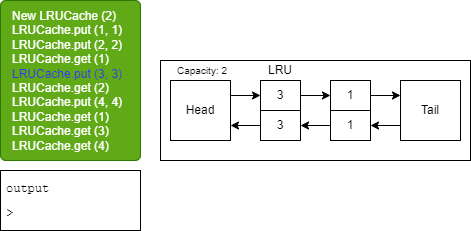
This is Final_Interview/slides/Slide6.png from bert799/CodingInterviews, a draw.io export, as it was before one commit. Source tidied: cells renumbered, new cells last; positions are measured from the earlier drawing's top-left corner, leaving out a move shared by most shapes. Its diagram source:
```xml
<mxGraphModel background="#ffffff">
  <root>
    <mxCell id="0" />
    <mxCell id="1" parent="0" />
    <mxCell id="2" value="&lt;span style=&quot;&quot;&gt;&#9;&lt;/span&gt;New LRUCache (2)&lt;br&gt;&lt;span style=&quot;&quot;&gt;&#9;&lt;/span&gt;LRUCache.put (1, 1)&lt;br&gt;&lt;span style=&quot;&quot;&gt;&#9;&lt;/span&gt;LRUCache.put (2, 2)&lt;br&gt;LRUCache.get (1)&lt;br&gt;&lt;font color=&quot;#3333ff&quot;&gt;LRUCache.put (3, 3)&lt;br&gt;&lt;/font&gt;LRUCache.get (2)&lt;br&gt;LRUCache.put (4, 4)&lt;br&gt;LRUCache.get (1)&lt;br&gt;LRUCache.get (3)&lt;br&gt;LRUCache.get (4)" style="rounded=1;whiteSpace=wrap;html=1;fillColor=#60a917;verticalAlign=top;align=left;arcSize=4;spacingTop=2;spacingLeft=10;spacingBottom=2;fontColor=#ffffff;strokeColor=#2D7600;" parent="1" vertex="1">
      <mxGeometry width="140" height="160" as="geometry" />
    </mxCell>
    <mxCell id="3" value="&lt;pre style=&quot;line-height: 0%;&quot;&gt;&lt;font color=&quot;#000000&quot;&gt;output&lt;/font&gt;&lt;/pre&gt;&lt;pre style=&quot;text-align: center; line-height: 0%;&quot;&gt;&lt;font color=&quot;#000000&quot;&gt;&lt;br&gt;&lt;/font&gt;&lt;/pre&gt;&lt;pre style=&quot;text-align: justify; line-height: 0%;&quot;&gt;&lt;font color=&quot;#000000&quot;&gt;&amp;gt; &lt;/font&gt;&lt;/pre&gt;" style="rounded=0;whiteSpace=wrap;html=1;verticalAlign=top;align=left;spacingLeft=4;fillColor=none;strokeColor=#000000;" parent="1" vertex="1">
      <mxGeometry y="170" width="140" height="60" as="geometry" />
    </mxCell>
    <mxCell id="4" style="rounded=0;whiteSpace=wrap;html=1;fontSize=12;fillColor=none;strokeColor=#000000;" parent="1" vertex="1">
      <mxGeometry x="160" y="60" width="310" height="100" as="geometry" />
    </mxCell>
    <mxCell id="5" value="&lt;font style=&quot;font-size: 10px;&quot;&gt;Capacity: 2&lt;/font&gt;" style="text;html=1;strokeColor=none;fillColor=none;align=center;verticalAlign=middle;whiteSpace=wrap;rounded=0;fontColor=#000000;" parent="1" vertex="1">
      <mxGeometry x="167" y="55" width="70" height="30" as="geometry" />
    </mxCell>
    <mxCell id="6" value="LRU" style="text;html=1;strokeColor=none;fillColor=none;align=center;verticalAlign=middle;whiteSpace=wrap;rounded=0;fontSize=12;fontColor=#000000;" parent="1" vertex="1">
      <mxGeometry x="255" y="60" width="50" height="20" as="geometry" />
    </mxCell>
    <mxCell id="7" style="edgeStyle=none;html=1;exitX=1;exitY=0.25;exitDx=0;exitDy=0;entryX=0;entryY=0.5;entryDx=0;entryDy=0;fontSize=12;fontColor=#000000;strokeColor=#000000;" parent="1" edge="1" source="8" target="12">
      <mxGeometry relative="1" as="geometry" />
    </mxCell>
    <mxCell id="8" value="&lt;font color=&quot;#000000&quot;&gt;Head&lt;/font&gt;" style="whiteSpace=wrap;html=1;rounded=0;strokeColor=#000000;fontSize=12;fillColor=none;" parent="1" vertex="1">
      <mxGeometry x="170" y="80" width="60" height="60" as="geometry" />
    </mxCell>
    <mxCell id="9" style="edgeStyle=none;html=1;exitX=0;exitY=0.75;exitDx=0;exitDy=0;entryX=1;entryY=0.5;entryDx=0;entryDy=0;strokeColor=#000000;fontSize=12;fontColor=#000000;" parent="1" edge="1" source="10" target="18">
      <mxGeometry relative="1" as="geometry" />
    </mxCell>
    <mxCell id="10" value="&lt;font color=&quot;#000000&quot;&gt;Tail&lt;/font&gt;" style="whiteSpace=wrap;html=1;rounded=0;strokeColor=#000000;fontSize=12;fillColor=none;" parent="1" vertex="1">
      <mxGeometry x="400" y="80" width="60" height="60" as="geometry" />
    </mxCell>
    <mxCell id="11" style="edgeStyle=none;html=1;exitX=1;exitY=0.5;exitDx=0;exitDy=0;entryX=0;entryY=0.5;entryDx=0;entryDy=0;strokeColor=#000000;fontSize=12;fontColor=#000000;" parent="1" edge="1" source="12" target="14">
      <mxGeometry relative="1" as="geometry" />
    </mxCell>
    <mxCell id="12" value="3" style="rounded=0;whiteSpace=wrap;html=1;strokeColor=#000000;fontSize=12;fontColor=#000000;fillColor=none;" parent="1" vertex="1">
      <mxGeometry x="260" y="80" width="40" height="30" as="geometry" />
    </mxCell>
    <mxCell id="13" style="edgeStyle=none;html=1;exitX=1;exitY=0.5;exitDx=0;exitDy=0;entryX=0;entryY=0.25;entryDx=0;entryDy=0;strokeColor=#000000;fontSize=12;fontColor=#000000;" parent="1" edge="1" source="14" target="10">
      <mxGeometry relative="1" as="geometry" />
    </mxCell>
    <mxCell id="14" value="1" style="rounded=0;whiteSpace=wrap;html=1;strokeColor=#000000;fontSize=12;fontColor=#000000;fillColor=none;" parent="1" vertex="1">
      <mxGeometry x="330" y="80" width="40" height="30" as="geometry" />
    </mxCell>
    <mxCell id="15" style="edgeStyle=none;html=1;exitX=0;exitY=0.5;exitDx=0;exitDy=0;entryX=1;entryY=0.75;entryDx=0;entryDy=0;strokeColor=#000000;fontSize=12;fontColor=#000000;" parent="1" edge="1" source="16" target="8">
      <mxGeometry relative="1" as="geometry" />
    </mxCell>
    <mxCell id="16" value="3" style="rounded=0;whiteSpace=wrap;html=1;strokeColor=#000000;fontSize=12;fontColor=#000000;fillColor=none;" parent="1" vertex="1">
      <mxGeometry x="260" y="110" width="40" height="30" as="geometry" />
    </mxCell>
    <mxCell id="17" style="edgeStyle=none;html=1;exitX=0;exitY=0.5;exitDx=0;exitDy=0;strokeColor=#000000;fontSize=12;fontColor=#000000;" parent="1" edge="1" source="18" target="16">
      <mxGeometry relative="1" as="geometry" />
    </mxCell>
    <mxCell id="18" value="1" style="rounded=0;whiteSpace=wrap;html=1;strokeColor=#000000;fontSize=12;fontColor=#000000;fillColor=none;" parent="1" vertex="1">
      <mxGeometry x="330" y="110" width="40" height="30" as="geometry" />
    </mxCell>
  </root>
</mxGraphModel>
```
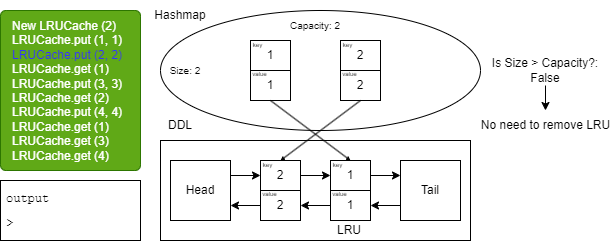
After the change.

What changed in the source:
```diff
@@ -2,56 +2,131 @@
   <root>
     <mxCell id="0" />
     <mxCell id="1" parent="0" />
-    <mxCell id="2" value="&lt;span style=&quot;&quot;&gt;&#9;&lt;/span&gt;New LRUCache (2)&lt;br&gt;&lt;span style=&quot;&quot;&gt;&#9;&lt;/span&gt;LRUCache.put (1, 1)&lt;br&gt;&lt;span style=&quot;&quot;&gt;&#9;&lt;/span&gt;LRUCache.put (2, 2)&lt;br&gt;LRUCache.get (1)&lt;br&gt;&lt;font color=&quot;#3333ff&quot;&gt;LRUCache.put (3, 3)&lt;br&gt;&lt;/font&gt;LRUCache.get (2)&lt;br&gt;LRUCache.put (4, 4)&lt;br&gt;LRUCache.get (1)&lt;br&gt;LRUCache.get (3)&lt;br&gt;LRUCache.get (4)" style="rounded=1;whiteSpace=wrap;html=1;fillColor=#60a917;verticalAlign=top;align=left;arcSize=4;spacingTop=2;spacingLeft=10;spacingBottom=2;fontColor=#ffffff;strokeColor=#2D7600;" parent="1" vertex="1">
+    <mxCell id="2" value="&lt;span style=&quot;&quot;&gt;&#9;&lt;/span&gt;New LRUCache (2)&lt;br&gt;&lt;span style=&quot;&quot;&gt;&#9;&lt;/span&gt;LRUCache.put (1, 1)&lt;br&gt;&lt;span style=&quot;&quot;&gt;&#9;&lt;/span&gt;&lt;font color=&quot;#3333ff&quot;&gt;LRUCache.put (2, 2)&lt;br&gt;&lt;/font&gt;LRUCache.get (1)&lt;br&gt;LRUCache.put (3, 3)&lt;br&gt;LRUCache.get (2)&lt;br&gt;LRUCache.put (4, 4)&lt;br&gt;LRUCache.get (1)&lt;br&gt;LRUCache.get (3)&lt;br&gt;LRUCache.get (4)" style="rounded=1;whiteSpace=wrap;html=1;fillColor=#60a917;verticalAlign=top;align=left;arcSize=4;spacingTop=2;spacingLeft=10;spacingBottom=2;fontColor=#ffffff;strokeColor=#2D7600;" parent="1" vertex="1">
       <mxGeometry width="140" height="160" as="geometry" />
     </mxCell>
     <mxCell id="3" value="&lt;pre style=&quot;line-height: 0%;&quot;&gt;&lt;font color=&quot;#000000&quot;&gt;output&lt;/font&gt;&lt;/pre&gt;&lt;pre style=&quot;text-align: center; line-height: 0%;&quot;&gt;&lt;font color=&quot;#000000&quot;&gt;&lt;br&gt;&lt;/font&gt;&lt;/pre&gt;&lt;pre style=&quot;text-align: justify; line-height: 0%;&quot;&gt;&lt;font color=&quot;#000000&quot;&gt;&amp;gt; &lt;/font&gt;&lt;/pre&gt;" style="rounded=0;whiteSpace=wrap;html=1;verticalAlign=top;align=left;spacingLeft=4;fillColor=none;strokeColor=#000000;" parent="1" vertex="1">
       <mxGeometry y="170" width="140" height="60" as="geometry" />
     </mxCell>
-    <mxCell id="4" style="rounded=0;whiteSpace=wrap;html=1;fontSize=12;fillColor=none;strokeColor=#000000;" parent="1" vertex="1">
-      <mxGeometry x="160" y="60" width="310" height="100" as="geometry" />
-    </mxCell>
+    <mxCell id="19" style="edgeStyle=none;html=1;exitX=0.5;exitY=1;exitDx=0;exitDy=0;entryX=0.5;entryY=0;entryDx=0;entryDy=0;fontColor=#000000;strokeColor=#000000;" parent="1" edge="1" source="20" target="21">
+      <mxGeometry relative="1" as="geometry" />
+    </mxCell>
+    <mxCell id="20" value="Is Size &amp;gt; Capacity?:&lt;br&gt;False" style="text;html=1;strokeColor=none;fillColor=none;align=center;verticalAlign=middle;whiteSpace=wrap;rounded=0;fontColor=#000000;" parent="1" vertex="1">
+      <mxGeometry x="490" y="45" width="110" height="30" as="geometry" />
+    </mxCell>
+    <mxCell id="21" value="No need to remove LRU" style="text;html=1;strokeColor=none;fillColor=none;align=center;verticalAlign=middle;whiteSpace=wrap;rounded=0;fontColor=#000000;" parent="1" vertex="1">
+      <mxGeometry x="477.5" y="100" width="135" height="30" as="geometry" />
+    </mxCell>
+    <mxCell id="22" style="rounded=0;whiteSpace=wrap;html=1;fontSize=12;fillColor=none;strokeColor=#000000;" parent="1" vertex="1">
+      <mxGeometry x="160" y="130" width="310" height="100" as="geometry" />
+    </mxCell>
+    <mxCell id="23" style="edgeStyle=none;html=1;exitX=1;exitY=0.25;exitDx=0;exitDy=0;fontSize=10;fontColor=#FFFFFF;strokeColor=#000000;entryX=0;entryY=0.5;entryDx=0;entryDy=0;" parent="1" edge="1" source="8" target="42">
+      <mxGeometry relative="1" as="geometry" />
+    </mxCell>
+    <mxCell id="8" value="&lt;font color=&quot;#000000&quot;&gt;Head&lt;/font&gt;" style="whiteSpace=wrap;html=1;rounded=0;strokeColor=#000000;fontSize=12;fillColor=none;" parent="1" vertex="1">
+      <mxGeometry x="170" y="150" width="60" height="60" as="geometry" />
+    </mxCell>
+    <mxCell id="24" style="edgeStyle=none;html=1;exitX=0;exitY=0.75;exitDx=0;exitDy=0;entryX=1;entryY=0.5;entryDx=0;entryDy=0;strokeColor=#000000;fontSize=10;fontColor=#FFFFFF;" parent="1" edge="1" source="10" target="32">
+      <mxGeometry relative="1" as="geometry" />
+    </mxCell>
+    <mxCell id="10" value="&lt;font color=&quot;#000000&quot;&gt;Tail&lt;/font&gt;" style="whiteSpace=wrap;html=1;rounded=0;strokeColor=#000000;fontSize=12;fillColor=none;" parent="1" vertex="1">
+      <mxGeometry x="400" y="150" width="60" height="60" as="geometry" />
+    </mxCell>
+    <mxCell id="25" style="edgeStyle=none;html=1;exitX=1;exitY=0.5;exitDx=0;exitDy=0;entryX=0;entryY=0.25;entryDx=0;entryDy=0;strokeColor=#000000;fontSize=10;fontColor=#FFFFFF;" parent="1" edge="1" source="31" target="10">
+      <mxGeometry relative="1" as="geometry" />
+    </mxCell>
+    <mxCell id="26" style="edgeStyle=none;html=1;exitX=0;exitY=0.5;exitDx=0;exitDy=0;strokeColor=#000000;fontSize=10;fontColor=#FFFFFF;entryX=1;entryY=0.5;entryDx=0;entryDy=0;" parent="1" edge="1" source="32" target="43">
+      <mxGeometry relative="1" as="geometry" />
+    </mxCell>
     <mxCell id="5" value="&lt;font style=&quot;font-size: 10px;&quot;&gt;Capacity: 2&lt;/font&gt;" style="text;html=1;strokeColor=none;fillColor=none;align=center;verticalAlign=middle;whiteSpace=wrap;rounded=0;fontColor=#000000;" parent="1" vertex="1">
-      <mxGeometry x="167" y="55" width="70" height="30" as="geometry" />
+      <mxGeometry x="280" width="70" height="30" as="geometry" />
     </mxCell>
+    <mxCell id="27" style="ellipse;whiteSpace=wrap;html=1;fillColor=none;strokeColor=#000000;" parent="1" vertex="1">
+      <mxGeometry x="160" width="320" height="120" as="geometry" />
+    </mxCell>
+    <mxCell id="28" value="&lt;font color=&quot;#000000&quot;&gt;Hashmap&lt;/font&gt;" style="text;html=1;strokeColor=none;fillColor=none;align=center;verticalAlign=middle;whiteSpace=wrap;rounded=0;" parent="1" vertex="1">
+      <mxGeometry x="150" y="-10" width="60" height="30" as="geometry" />
+    </mxCell>
+    <mxCell id="29" value="&lt;font color=&quot;#000000&quot;&gt;DDL&lt;/font&gt;" style="text;html=1;strokeColor=none;fillColor=none;align=center;verticalAlign=middle;whiteSpace=wrap;rounded=0;" parent="1" vertex="1">
+      <mxGeometry x="150" y="100" width="60" height="30" as="geometry" />
+    </mxCell>
+    <mxCell id="30" style="group;" parent="1" vertex="1">
+      <mxGeometry x="325" y="148" width="45" height="62" as="geometry" />
+    </mxCell>
+    <mxCell id="31" value="1" style="rounded=0;whiteSpace=wrap;html=1;strokeColor=#000000;fontSize=12;fontColor=#000000;fillColor=none;" parent="30" vertex="1">
+      <mxGeometry x="5" y="2" width="40" height="30" as="geometry" />
+    </mxCell>
+    <mxCell id="32" value="1" style="rounded=0;whiteSpace=wrap;html=1;strokeColor=#000000;fontSize=12;fontColor=#000000;fillColor=none;" parent="30" vertex="1">
+      <mxGeometry x="5" y="32" width="40" height="30" as="geometry" />
+    </mxCell>
+    <mxCell id="33" value="&lt;font style=&quot;font-size: 6px;&quot; color=&quot;#000000&quot;&gt;key&lt;/font&gt;" style="text;html=1;strokeColor=none;fillColor=none;align=center;verticalAlign=middle;whiteSpace=wrap;rounded=0;" parent="30" vertex="1">
+      <mxGeometry width="25" height="10" as="geometry" />
+    </mxCell>
+    <mxCell id="34" value="&lt;font style=&quot;font-size: 6px;&quot; color=&quot;#000000&quot;&gt;value&lt;/font&gt;" style="text;html=1;strokeColor=none;fillColor=none;align=center;verticalAlign=middle;whiteSpace=wrap;rounded=0;" parent="30" vertex="1">
+      <mxGeometry x="2" y="29" width="25" height="10" as="geometry" />
+    </mxCell>
+    <mxCell id="35" style="edgeStyle=none;html=1;exitX=0.5;exitY=1;exitDx=0;exitDy=0;entryX=0.5;entryY=0;entryDx=0;entryDy=0;fontSize=6;fillColor=#d80073;strokeColor=#000000;endSize=2;startSize=2;jumpSize=6;strokeWidth=1;" parent="1" edge="1" source="38" target="31">
+      <mxGeometry relative="1" as="geometry" />
+    </mxCell>
+    <mxCell id="36" style="group;" parent="1" vertex="1">
+      <mxGeometry x="245" y="28" width="45" height="62" as="geometry" />
+    </mxCell>
+    <mxCell id="37" value="1" style="rounded=0;whiteSpace=wrap;html=1;strokeColor=#000000;fontSize=12;fontColor=#000000;fillColor=none;" parent="36" vertex="1">
+      <mxGeometry x="5" y="2" width="40" height="30" as="geometry" />
+    </mxCell>
+    <mxCell id="38" value="1" style="rounded=0;whiteSpace=wrap;html=1;strokeColor=#000000;fontSize=12;fontColor=#000000;fillColor=none;" parent="36" vertex="1">
+      <mxGeometry x="5" y="32" width="40" height="30" as="geometry" />
+    </mxCell>
+    <mxCell id="39" value="&lt;font style=&quot;font-size: 6px;&quot; color=&quot;#000000&quot;&gt;key&lt;/font&gt;" style="text;html=1;strokeColor=none;fillColor=none;align=center;verticalAlign=middle;whiteSpace=wrap;rounded=0;" parent="36" vertex="1">
+      <mxGeometry width="25" height="10" as="geometry" />
+    </mxCell>
+    <mxCell id="40" value="&lt;font style=&quot;font-size: 6px;&quot; color=&quot;#000000&quot;&gt;value&lt;/font&gt;" style="text;html=1;strokeColor=none;fillColor=none;align=center;verticalAlign=middle;whiteSpace=wrap;rounded=0;" parent="36" vertex="1">
+      <mxGeometry x="2" y="29" width="25" height="10" as="geometry" />
+    </mxCell>
     <mxCell id="6" value="LRU" style="text;html=1;strokeColor=none;fillColor=none;align=center;verticalAlign=middle;whiteSpace=wrap;rounded=0;fontSize=12;fontColor=#000000;" parent="1" vertex="1">
-      <mxGeometry x="255" y="60" width="50" height="20" as="geometry" />
+      <mxGeometry x="324" y="210" width="50" height="20" as="geometry" />
     </mxCell>
-    <mxCell id="7" style="edgeStyle=none;html=1;exitX=1;exitY=0.25;exitDx=0;exitDy=0;entryX=0;entryY=0.5;entryDx=0;entryDy=0;fontSize=12;fontColor=#000000;strokeColor=#000000;" parent="1" edge="1" source="8" target="12">
-      <mxGeometry relative="1" as="geometry" />
-    </mxCell>
-    <mxCell id="8" value="&lt;font color=&quot;#000000&quot;&gt;Head&lt;/font&gt;" style="whiteSpace=wrap;html=1;rounded=0;strokeColor=#000000;fontSize=12;fillColor=none;" parent="1" vertex="1">
-      <mxGeometry x="170" y="80" width="60" height="60" as="geometry" />
-    </mxCell>
-    <mxCell id="9" style="edgeStyle=none;html=1;exitX=0;exitY=0.75;exitDx=0;exitDy=0;entryX=1;entryY=0.5;entryDx=0;entryDy=0;strokeColor=#000000;fontSize=12;fontColor=#000000;" parent="1" edge="1" source="10" target="18">
-      <mxGeometry relative="1" as="geometry" />
-    </mxCell>
-    <mxCell id="10" value="&lt;font color=&quot;#000000&quot;&gt;Tail&lt;/font&gt;" style="whiteSpace=wrap;html=1;rounded=0;strokeColor=#000000;fontSize=12;fillColor=none;" parent="1" vertex="1">
-      <mxGeometry x="400" y="80" width="60" height="60" as="geometry" />
-    </mxCell>
-    <mxCell id="11" style="edgeStyle=none;html=1;exitX=1;exitY=0.5;exitDx=0;exitDy=0;entryX=0;entryY=0.5;entryDx=0;entryDy=0;strokeColor=#000000;fontSize=12;fontColor=#000000;" parent="1" edge="1" source="12" target="14">
-      <mxGeometry relative="1" as="geometry" />
-    </mxCell>
-    <mxCell id="12" value="3" style="rounded=0;whiteSpace=wrap;html=1;strokeColor=#000000;fontSize=12;fontColor=#000000;fillColor=none;" parent="1" vertex="1">
-      <mxGeometry x="260" y="80" width="40" height="30" as="geometry" />
-    </mxCell>
-    <mxCell id="13" style="edgeStyle=none;html=1;exitX=1;exitY=0.5;exitDx=0;exitDy=0;entryX=0;entryY=0.25;entryDx=0;entryDy=0;strokeColor=#000000;fontSize=12;fontColor=#000000;" parent="1" edge="1" source="14" target="10">
-      <mxGeometry relative="1" as="geometry" />
-    </mxCell>
-    <mxCell id="14" value="1" style="rounded=0;whiteSpace=wrap;html=1;strokeColor=#000000;fontSize=12;fontColor=#000000;fillColor=none;" parent="1" vertex="1">
-      <mxGeometry x="330" y="80" width="40" height="30" as="geometry" />
-    </mxCell>
-    <mxCell id="15" style="edgeStyle=none;html=1;exitX=0;exitY=0.5;exitDx=0;exitDy=0;entryX=1;entryY=0.75;entryDx=0;entryDy=0;strokeColor=#000000;fontSize=12;fontColor=#000000;" parent="1" edge="1" source="16" target="8">
-      <mxGeometry relative="1" as="geometry" />
-    </mxCell>
-    <mxCell id="16" value="3" style="rounded=0;whiteSpace=wrap;html=1;strokeColor=#000000;fontSize=12;fontColor=#000000;fillColor=none;" parent="1" vertex="1">
-      <mxGeometry x="260" y="110" width="40" height="30" as="geometry" />
-    </mxCell>
-    <mxCell id="17" style="edgeStyle=none;html=1;exitX=0;exitY=0.5;exitDx=0;exitDy=0;strokeColor=#000000;fontSize=12;fontColor=#000000;" parent="1" edge="1" source="18" target="16">
-      <mxGeometry relative="1" as="geometry" />
-    </mxCell>
-    <mxCell id="18" value="1" style="rounded=0;whiteSpace=wrap;html=1;strokeColor=#000000;fontSize=12;fontColor=#000000;fillColor=none;" parent="1" vertex="1">
-      <mxGeometry x="330" y="110" width="40" height="30" as="geometry" />
-    </mxCell>
+    <mxCell id="41" style="group;" parent="1" vertex="1">
+      <mxGeometry x="255" y="148" width="45" height="62" as="geometry" />
+    </mxCell>
+    <mxCell id="42" value="2" style="rounded=0;whiteSpace=wrap;html=1;strokeColor=#000000;fontSize=12;fontColor=#000000;fillColor=none;" parent="41" vertex="1">
+      <mxGeometry x="5" y="2" width="40" height="30" as="geometry" />
+    </mxCell>
+    <mxCell id="43" value="2" style="rounded=0;whiteSpace=wrap;html=1;strokeColor=#000000;fontSize=12;fontColor=#000000;fillColor=none;" parent="41" vertex="1">
+      <mxGeometry x="5" y="32" width="40" height="30" as="geometry" />
+    </mxCell>
+    <mxCell id="44" value="&lt;font style=&quot;font-size: 6px;&quot; color=&quot;#000000&quot;&gt;key&lt;/font&gt;" style="text;html=1;strokeColor=none;fillColor=none;align=center;verticalAlign=middle;whiteSpace=wrap;rounded=0;" parent="41" vertex="1">
+      <mxGeometry width="25" height="10" as="geometry" />
+    </mxCell>
+    <mxCell id="45" value="&lt;font style=&quot;font-size: 6px;&quot; color=&quot;#000000&quot;&gt;value&lt;/font&gt;" style="text;html=1;strokeColor=none;fillColor=none;align=center;verticalAlign=middle;whiteSpace=wrap;rounded=0;" parent="41" vertex="1">
+      <mxGeometry x="2" y="29" width="25" height="10" as="geometry" />
+    </mxCell>
+    <mxCell id="46" style="edgeStyle=none;html=1;exitX=1;exitY=0.5;exitDx=0;exitDy=0;entryX=0;entryY=0.5;entryDx=0;entryDy=0;strokeColor=#000000;" parent="1" edge="1" source="42" target="31">
+      <mxGeometry relative="1" as="geometry" />
+    </mxCell>
+    <mxCell id="47" style="edgeStyle=none;html=1;exitX=0;exitY=0.5;exitDx=0;exitDy=0;entryX=1;entryY=0.75;entryDx=0;entryDy=0;strokeColor=#000000;" parent="1" edge="1" source="43" target="8">
+      <mxGeometry relative="1" as="geometry" />
+    </mxCell>
+    <mxCell id="48" style="group;" parent="1" vertex="1">
+      <mxGeometry x="335" y="28" width="45" height="62" as="geometry" />
+    </mxCell>
+    <mxCell id="49" value="2" style="rounded=0;whiteSpace=wrap;html=1;strokeColor=#000000;fontSize=12;fontColor=#000000;fillColor=none;" parent="48" vertex="1">
+      <mxGeometry x="5" y="2" width="40" height="30" as="geometry" />
+    </mxCell>
+    <mxCell id="50" value="2" style="rounded=0;whiteSpace=wrap;html=1;strokeColor=#000000;fontSize=12;fontColor=#000000;fillColor=none;" parent="48" vertex="1">
+      <mxGeometry x="5" y="32" width="40" height="30" as="geometry" />
+    </mxCell>
+    <mxCell id="51" value="&lt;font style=&quot;font-size: 6px;&quot; color=&quot;#000000&quot;&gt;key&lt;/font&gt;" style="text;html=1;strokeColor=none;fillColor=none;align=center;verticalAlign=middle;whiteSpace=wrap;rounded=0;" parent="48" vertex="1">
+      <mxGeometry width="25" height="10" as="geometry" />
+    </mxCell>
+    <mxCell id="52" value="&lt;font style=&quot;font-size: 6px;&quot; color=&quot;#000000&quot;&gt;value&lt;/font&gt;" style="text;html=1;strokeColor=none;fillColor=none;align=center;verticalAlign=middle;whiteSpace=wrap;rounded=0;" parent="48" vertex="1">
+      <mxGeometry x="2" y="29" width="25" height="10" as="geometry" />
+    </mxCell>
+    <mxCell id="53" style="edgeStyle=none;html=1;exitX=0.5;exitY=1;exitDx=0;exitDy=0;entryX=0.5;entryY=0;entryDx=0;entryDy=0;strokeColor=#000000;endSize=2;startSize=2;" parent="1" edge="1" source="50" target="42">
+      <mxGeometry relative="1" as="geometry" />
+    </mxCell>
+    <mxCell id="54" value="&lt;font style=&quot;font-size: 10px;&quot;&gt;Size: 2&lt;br&gt;&lt;/font&gt;" style="text;html=1;strokeColor=none;fillColor=none;align=center;verticalAlign=middle;whiteSpace=wrap;rounded=0;fontColor=#000000;" parent="1" vertex="1">
+      <mxGeometry x="150" y="45" width="70" height="30" as="geometry" />
+    </mxCell>
   </root>
 </mxGraphModel>
```
